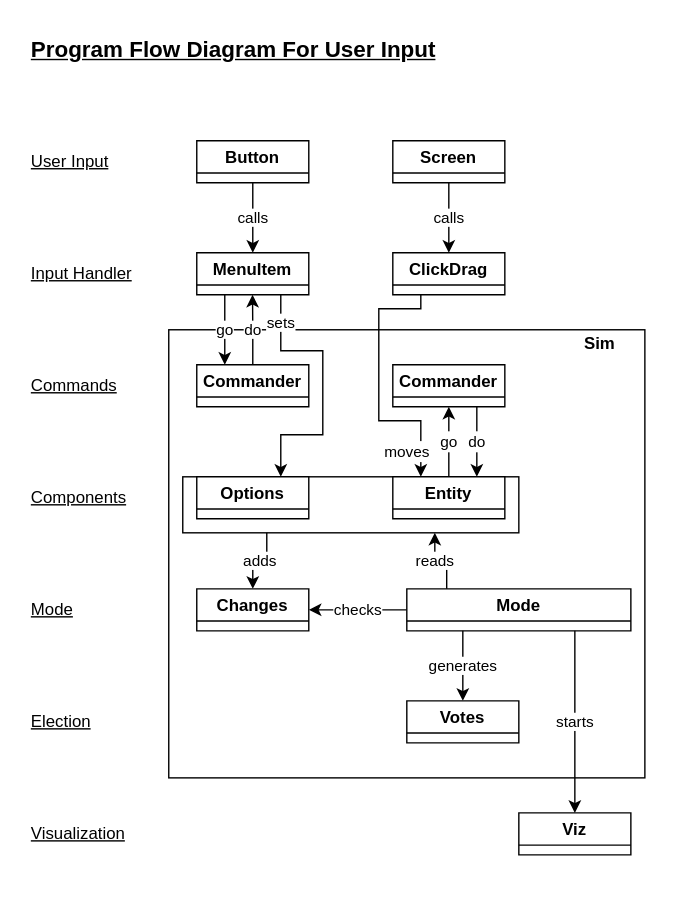
This is votekit/tutorial/programFlow.drawio.svg from paretoman/votekit-example, a draw.io export, as it was before one commit. Source tidied: cells renumbered, new cells last; positions are measured from the earlier drawing's top-left corner, leaving out a move shared by most shapes.
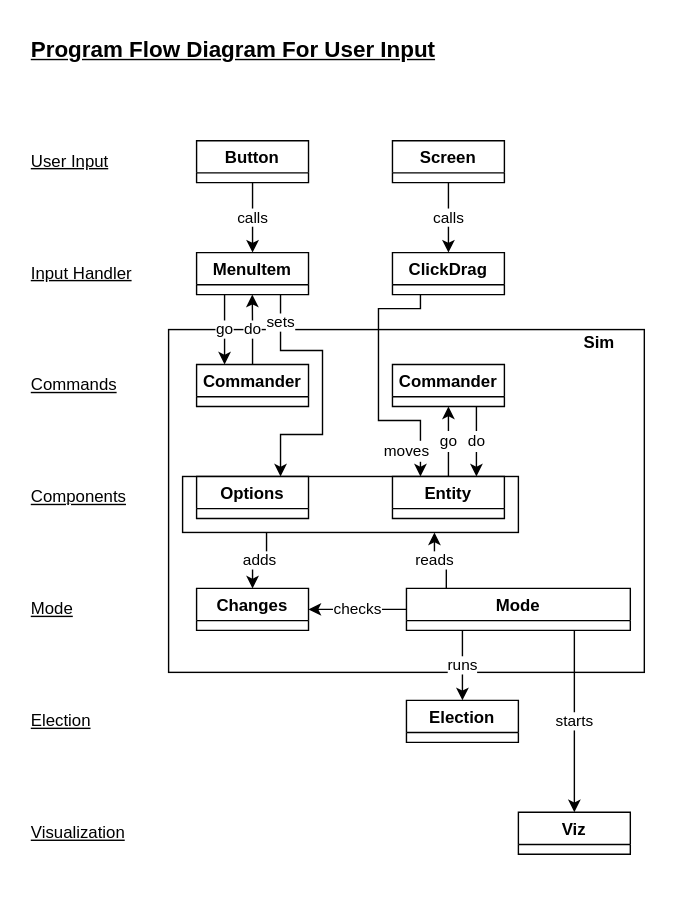
Later version of the same file.

Change to the diagram source:
```diff
@@ -6,7 +6,7 @@
       <mxGeometry width="480" height="640" as="geometry" />
     </mxCell>
     <mxCell id="3" style="rounded=0;whiteSpace=wrap;html=1;" parent="1" vertex="1">
-      <mxGeometry x="120" y="235" width="340" height="320" as="geometry" />
+      <mxGeometry x="120" y="235" width="340" height="245" as="geometry" />
     </mxCell>
     <mxCell id="4" style="rounded=0;whiteSpace=wrap;html=1;" parent="1" vertex="1">
       <mxGeometry x="130" y="340" width="240" height="40" as="geometry" />
@@ -55,7 +55,7 @@
     <mxCell id="16" value="starts" style="edgeStyle=orthogonalEdgeStyle;rounded=0;jettySize=auto;html=1;exitX=0.75;exitY=1;exitDx=0;exitDy=0;entryX=0.5;entryY=0;entryDx=0;entryDy=0;" parent="1" edge="1" source="19" target="21">
       <mxGeometry relative="1" as="geometry" />
     </mxCell>
-    <mxCell id="17" value="generates" style="edgeStyle=orthogonalEdgeStyle;rounded=0;jettySize=auto;html=1;exitX=0.25;exitY=1;exitDx=0;exitDy=0;entryX=0.5;entryY=0;entryDx=0;entryDy=0;" parent="1" edge="1" source="19" target="20">
+    <mxCell id="17" value="runs" style="edgeStyle=orthogonalEdgeStyle;rounded=0;jettySize=auto;html=1;exitX=0.25;exitY=1;exitDx=0;exitDy=0;entryX=0.5;entryY=0;entryDx=0;entryDy=0;" parent="1" edge="1" source="19" target="20">
       <mxGeometry relative="1" as="geometry" />
     </mxCell>
     <mxCell id="18" value="reads" style="edgeStyle=orthogonalEdgeStyle;rounded=0;jettySize=auto;html=1;exitX=0.178;exitY=0.005;exitDx=0;exitDy=0;entryX=0.75;entryY=1;entryDx=0;entryDy=0;exitPerimeter=0;" parent="1" edge="1" source="19" target="4">
@@ -64,7 +64,7 @@
     <mxCell id="19" value="Mode" style="swimlane;startSize=23;" parent="1" vertex="1" collapsed="1">
       <mxGeometry x="290" y="420" width="160" height="30" as="geometry" />
     </mxCell>
-    <mxCell id="20" value="Votes" style="swimlane;startSize=23;" parent="1" vertex="1" collapsed="1">
+    <mxCell id="20" value="Election" style="swimlane;startSize=23;" parent="1" vertex="1" collapsed="1">
       <mxGeometry x="290" y="500" width="80" height="30" as="geometry" />
     </mxCell>
     <mxCell id="21" value="Viz" style="swimlane;startSize=23;" parent="1" vertex="1" collapsed="1">
```
